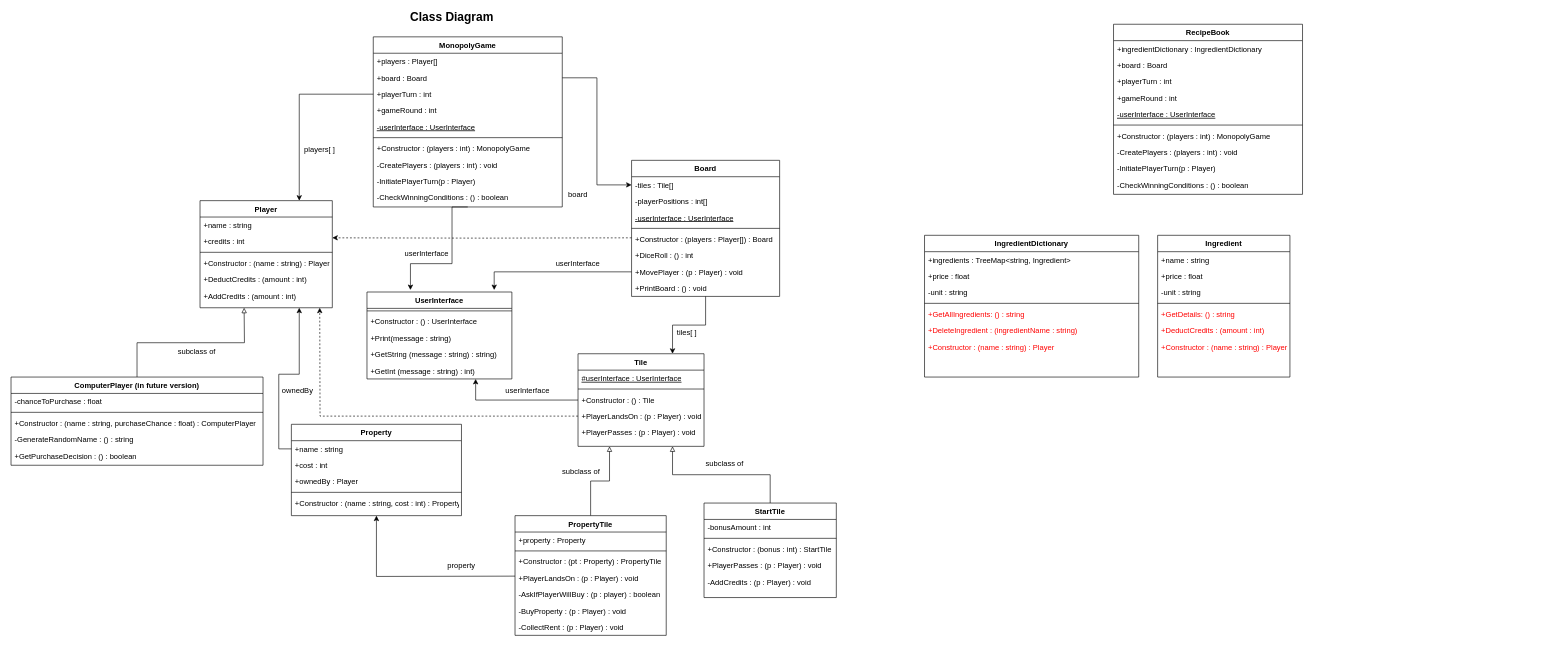
Erkabubben/recipe-book-application keeps this draw.io diagram as intended.drawio. Above is the earlier version. Source tidied: cells renumbered, new cells numbered last; positions are measured from the earlier drawing's top-left corner, leaving out a move shared by most shapes. Both pictures are drawn from the tidied source at 63%, with x=0, y=0 at pixel (11, 11).
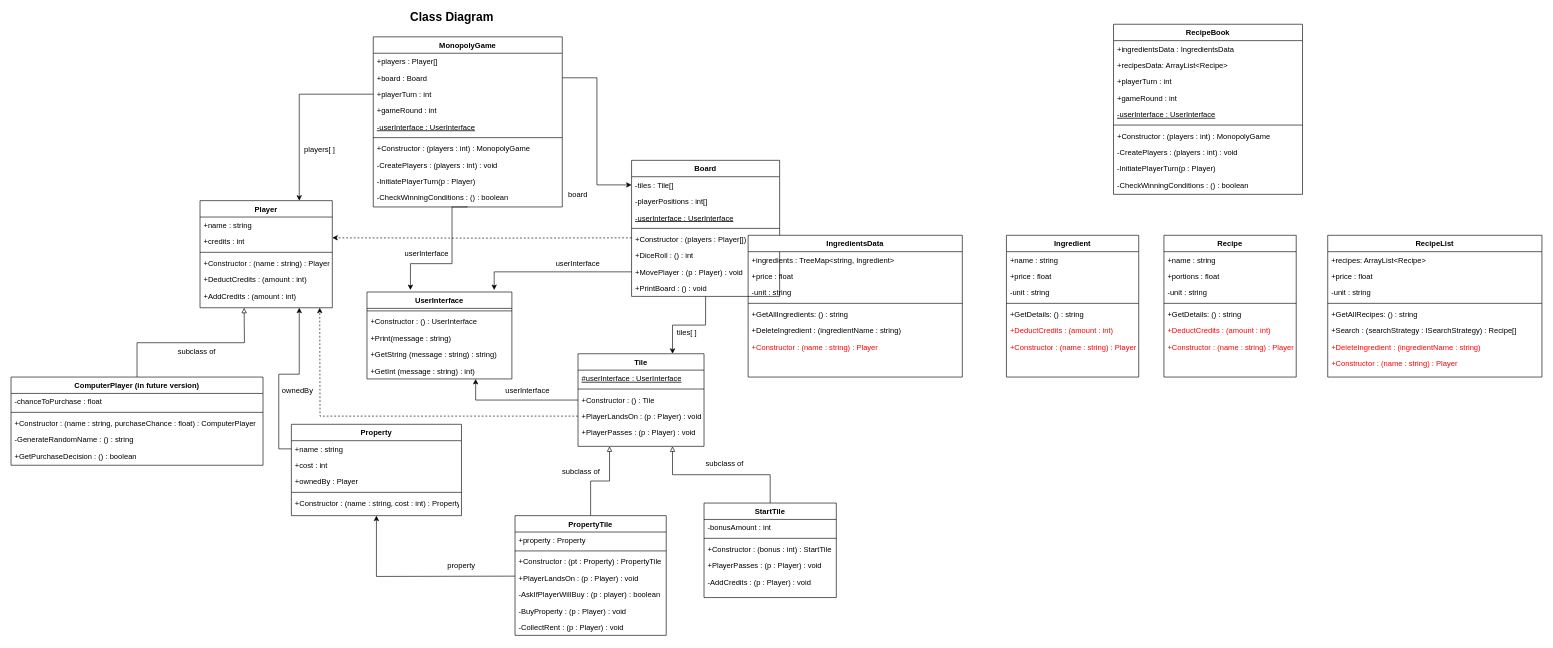
Above is the later version.

Commit message:
Improve intended.drawio with more classes

The change refers to these unchanged cells:
```xml
<mxCell id="92" value="RecipeBook" style="swimlane;fontStyle=1;align=center;verticalAlign=top;horizontal=1;startSize=26;rounded=0;shadow=0;strokeWidth=1;" parent="1" vertex="1">
  <mxGeometry x="1750" y="20" width="300" height="270" as="geometry" />
</mxCell>
```

What changed in the source:
```diff
@@
-    <mxCell id="93" value="+ingredientDictionary : IngredientDictionary" style="text;align=left;verticalAlign=top;spacingLeft=4;spacingRight=4;overflow=hidden;" parent="92" vertex="1">
+    <mxCell id="93" value="+ingredientsData : IngredientsData" style="text;align=left;verticalAlign=top;spacingLeft=4;spacingRight=4;overflow=hidden;" parent="92" vertex="1">
       <mxGeometry y="26" width="300" height="26" as="geometry" />
     </mxCell>
-    <mxCell id="94" value="+board : Board" style="text;align=left;verticalAlign=top;spacingLeft=4;spacingRight=4;overflow=hidden;rounded=0;shadow=0;html=0;" parent="92" vertex="1">
+    <mxCell id="94" value="+recipesData: ArrayList&lt;Recipe&gt;" style="text;align=left;verticalAlign=top;spacingLeft=4;spacingRight=4;overflow=hidden;rounded=0;shadow=0;html=0;" parent="92" vertex="1">
       <mxGeometry y="52" width="300" height="26" as="geometry" />
     </mxCell>
@@
+    <mxCell id="119" value="RecipeList" style="swimlane;fontStyle=1;align=center;verticalAlign=top;horizontal=1;startSize=26;rounded=0;shadow=0;strokeWidth=1;" parent="1" vertex="1">
+      <mxGeometry x="2090" y="355" width="340" height="225" as="geometry" />
+    </mxCell>
+    <mxCell id="120" value="+recipes: ArrayList&lt;Recipe&gt;" style="text;align=left;verticalAlign=top;spacingLeft=4;spacingRight=4;overflow=hidden;rounded=0;shadow=0;html=0;" parent="119" vertex="1">
+      <mxGeometry y="26" width="340" height="26" as="geometry" />
+    </mxCell>
+    <mxCell id="121" value="+price : float" style="text;align=left;verticalAlign=top;spacingLeft=4;spacingRight=4;overflow=hidden;rounded=0;shadow=0;html=0;" parent="119" vertex="1">
+      <mxGeometry y="52" width="340" height="26" as="geometry" />
+    </mxCell>
+    <mxCell id="122" value="-unit : string" style="text;align=left;verticalAlign=top;spacingLeft=4;spacingRight=4;overflow=hidden;rounded=0;shadow=0;html=0;" parent="119" vertex="1">
+      <mxGeometry y="78" width="340" height="26" as="geometry" />
+    </mxCell>
+    <mxCell id="123" style="line;html=1;strokeWidth=1;align=left;verticalAlign=middle;spacingTop=-1;spacingLeft=3;spacingRight=3;labelPosition=right;fontColor=#FF0000;" parent="119" vertex="1">
+      <mxGeometry y="104" width="340" height="8" as="geometry" />
+    </mxCell>
+    <mxCell id="124" value="+GetAllRecipes: () : string" style="text;align=left;verticalAlign=top;spacingLeft=4;spacingRight=4;overflow=hidden;rounded=0;shadow=0;html=0;" parent="119" vertex="1">
+      <mxGeometry y="112" width="340" height="26" as="geometry" />
+    </mxCell>
+    <mxCell id="125" value="+Search : (searchStrategy : ISearchStrategy) : Recipe[]" style="text;align=left;verticalAlign=top;spacingLeft=4;spacingRight=4;overflow=hidden;rounded=0;shadow=0;html=0;" parent="119" vertex="1">
+      <mxGeometry y="138" width="340" height="26" as="geometry" />
+    </mxCell>
+    <mxCell id="126" value="+DeleteIngredient : (ingredientName : string)" style="text;align=left;verticalAlign=top;spacingLeft=4;spacingRight=4;overflow=hidden;rounded=0;shadow=0;html=0;fontColor=#FF0000;" parent="119" vertex="1">
+      <mxGeometry y="164" width="340" height="26" as="geometry" />
+    </mxCell>
+    <mxCell id="127" value="+Constructor : (name : string) : Player" style="text;align=left;verticalAlign=top;spacingLeft=4;spacingRight=4;overflow=hidden;rounded=0;shadow=0;html=0;fontColor=#FF0000;" parent="119" vertex="1">
+      <mxGeometry y="190" width="340" height="26" as="geometry" />
+    </mxCell>
+    <mxCell id="111" value="IngredientsData" style="swimlane;fontStyle=1;align=center;verticalAlign=top;horizontal=1;startSize=26;rounded=0;shadow=0;strokeWidth=1;" parent="1" vertex="1">
+      <mxGeometry x="1170" y="355" width="340" height="225" as="geometry" />
+    </mxCell>
+    <mxCell id="112" value="+ingredients : TreeMap&lt;string, Ingredient&gt;" style="text;align=left;verticalAlign=top;spacingLeft=4;spacingRight=4;overflow=hidden;rounded=0;shadow=0;html=0;" parent="111" vertex="1">
+      <mxGeometry y="26" width="340" height="26" as="geometry" />
+    </mxCell>
+    <mxCell id="113" value="+price : float" style="text;align=left;verticalAlign=top;spacingLeft=4;spacingRight=4;overflow=hidden;rounded=0;shadow=0;html=0;" parent="111" vertex="1">
+      <mxGeometry y="52" width="340" height="26" as="geometry" />
+    </mxCell>
+    <mxCell id="114" value="-unit : string" style="text;align=left;verticalAlign=top;spacingLeft=4;spacingRight=4;overflow=hidden;rounded=0;shadow=0;html=0;" parent="111" vertex="1">
+      <mxGeometry y="78" width="340" height="26" as="geometry" />
+    </mxCell>
+    <mxCell id="115" style="line;html=1;strokeWidth=1;align=left;verticalAlign=middle;spacingTop=-1;spacingLeft=3;spacingRight=3;labelPosition=right;" parent="111" vertex="1">
+      <mxGeometry y="104" width="340" height="8" as="geometry" />
+    </mxCell>
+    <mxCell id="116" value="+GetAllIngredients: () : string" style="text;align=left;verticalAlign=top;spacingLeft=4;spacingRight=4;overflow=hidden;rounded=0;shadow=0;html=0;" parent="111" vertex="1">
+      <mxGeometry y="112" width="340" height="26" as="geometry" />
+    </mxCell>
+    <mxCell id="117" value="+DeleteIngredient : (ingredientName : string)" style="text;align=left;verticalAlign=top;spacingLeft=4;spacingRight=4;overflow=hidden;rounded=0;shadow=0;html=0;" parent="111" vertex="1">
+      <mxGeometry y="138" width="340" height="26" as="geometry" />
+    </mxCell>
+    <mxCell id="118" value="+Constructor : (name : string) : Player" style="text;align=left;verticalAlign=top;spacingLeft=4;spacingRight=4;overflow=hidden;rounded=0;shadow=0;html=0;fontColor=#FF0000;" parent="111" vertex="1">
+      <mxGeometry y="164" width="340" height="26" as="geometry" />
+    </mxCell>
     <mxCell id="103" value="Ingredient" style="swimlane;fontStyle=1;align=center;verticalAlign=top;horizontal=1;startSize=26;rounded=0;shadow=0;strokeWidth=1;" parent="1" vertex="1">
-      <mxGeometry x="1820" y="355" width="210" height="225" as="geometry" />
+      <mxGeometry x="1580" y="355" width="210" height="225" as="geometry" />
     </mxCell>
@@
-    <mxCell id="108" value="+GetDetails: () : string" style="text;align=left;verticalAlign=top;spacingLeft=4;spacingRight=4;overflow=hidden;rounded=0;shadow=0;html=0;fontColor=#FF0000;" parent="103" vertex="1">
+    <mxCell id="108" value="+GetDetails: () : string" style="text;align=left;verticalAlign=top;spacingLeft=4;spacingRight=4;overflow=hidden;rounded=0;shadow=0;html=0;" parent="103" vertex="1">
       <mxGeometry y="112" width="210" height="26" as="geometry" />
     </mxCell>
@@
-    <mxCell id="111" value="IngredientDictionary" style="swimlane;fontStyle=1;align=center;verticalAlign=top;horizontal=1;startSize=26;rounded=0;shadow=0;strokeWidth=1;" parent="1" vertex="1">
-      <mxGeometry x="1450" y="355" width="340" height="225" as="geometry" />
-    </mxCell>
-    <mxCell id="112" value="+ingredients : TreeMap&lt;string, Ingredient&gt;" style="text;align=left;verticalAlign=top;spacingLeft=4;spacingRight=4;overflow=hidden;rounded=0;shadow=0;html=0;" parent="111" vertex="1">
-      <mxGeometry y="26" width="340" height="26" as="geometry" />
-    </mxCell>
-    <mxCell id="113" value="+price : float" style="text;align=left;verticalAlign=top;spacingLeft=4;spacingRight=4;overflow=hidden;rounded=0;shadow=0;html=0;" parent="111" vertex="1">
-      <mxGeometry y="52" width="340" height="26" as="geometry" />
-    </mxCell>
-    <mxCell id="114" value="-unit : string" style="text;align=left;verticalAlign=top;spacingLeft=4;spacingRight=4;overflow=hidden;rounded=0;shadow=0;html=0;" parent="111" vertex="1">
-      <mxGeometry y="78" width="340" height="26" as="geometry" />
-    </mxCell>
-    <mxCell id="115" style="line;html=1;strokeWidth=1;align=left;verticalAlign=middle;spacingTop=-1;spacingLeft=3;spacingRight=3;labelPosition=right;fontColor=#FF0000;" parent="111" vertex="1">
-      <mxGeometry y="104" width="340" height="8" as="geometry" />
-    </mxCell>
-    <mxCell id="116" value="+GetAllIngredients: () : string" style="text;align=left;verticalAlign=top;spacingLeft=4;spacingRight=4;overflow=hidden;rounded=0;shadow=0;html=0;fontColor=#FF0000;" parent="111" vertex="1">
-      <mxGeometry y="112" width="340" height="26" as="geometry" />
-    </mxCell>
-    <mxCell id="117" value="+DeleteIngredient : (ingredientName : string)" style="text;align=left;verticalAlign=top;spacingLeft=4;spacingRight=4;overflow=hidden;rounded=0;shadow=0;html=0;fontColor=#FF0000;" parent="111" vertex="1">
-      <mxGeometry y="138" width="340" height="26" as="geometry" />
-    </mxCell>
-    <mxCell id="118" value="+Constructor : (name : string) : Player" style="text;align=left;verticalAlign=top;spacingLeft=4;spacingRight=4;overflow=hidden;rounded=0;shadow=0;html=0;fontColor=#FF0000;" parent="111" vertex="1">
-      <mxGeometry y="164" width="340" height="26" as="geometry" />
-    </mxCell>
+    <mxCell id="128" value="Recipe" style="swimlane;fontStyle=1;align=center;verticalAlign=top;horizontal=1;startSize=26;rounded=0;shadow=0;strokeWidth=1;" parent="1" vertex="1">
+      <mxGeometry x="1830" y="355" width="210" height="225" as="geometry" />
+    </mxCell>
+    <mxCell id="129" value="+name : string" style="text;align=left;verticalAlign=top;spacingLeft=4;spacingRight=4;overflow=hidden;rounded=0;shadow=0;html=0;" parent="128" vertex="1">
+      <mxGeometry y="26" width="210" height="26" as="geometry" />
+    </mxCell>
+    <mxCell id="130" value="+portions : float" style="text;align=left;verticalAlign=top;spacingLeft=4;spacingRight=4;overflow=hidden;rounded=0;shadow=0;html=0;" parent="128" vertex="1">
+      <mxGeometry y="52" width="210" height="26" as="geometry" />
+    </mxCell>
+    <mxCell id="131" value="-unit : string" style="text;align=left;verticalAlign=top;spacingLeft=4;spacingRight=4;overflow=hidden;rounded=0;shadow=0;html=0;" parent="128" vertex="1">
+      <mxGeometry y="78" width="210" height="26" as="geometry" />
+    </mxCell>
+    <mxCell id="132" style="line;html=1;strokeWidth=1;align=left;verticalAlign=middle;spacingTop=-1;spacingLeft=3;spacingRight=3;labelPosition=right;fontColor=#FF0000;" parent="128" vertex="1">
+      <mxGeometry y="104" width="210" height="8" as="geometry" />
+    </mxCell>
+    <mxCell id="133" value="+GetDetails: () : string" style="text;align=left;verticalAlign=top;spacingLeft=4;spacingRight=4;overflow=hidden;rounded=0;shadow=0;html=0;" parent="128" vertex="1">
+      <mxGeometry y="112" width="210" height="26" as="geometry" />
+    </mxCell>
+    <mxCell id="134" value="+DeductCredits : (amount : int)" style="text;align=left;verticalAlign=top;spacingLeft=4;spacingRight=4;overflow=hidden;rounded=0;shadow=0;html=0;fontColor=#FF0000;" parent="128" vertex="1">
+      <mxGeometry y="138" width="210" height="26" as="geometry" />
+    </mxCell>
+    <mxCell id="135" value="+Constructor : (name : string) : Player" style="text;align=left;verticalAlign=top;spacingLeft=4;spacingRight=4;overflow=hidden;rounded=0;shadow=0;html=0;fontColor=#FF0000;" parent="128" vertex="1">
+      <mxGeometry y="164" width="210" height="26" as="geometry" />
+    </mxCell>
```
